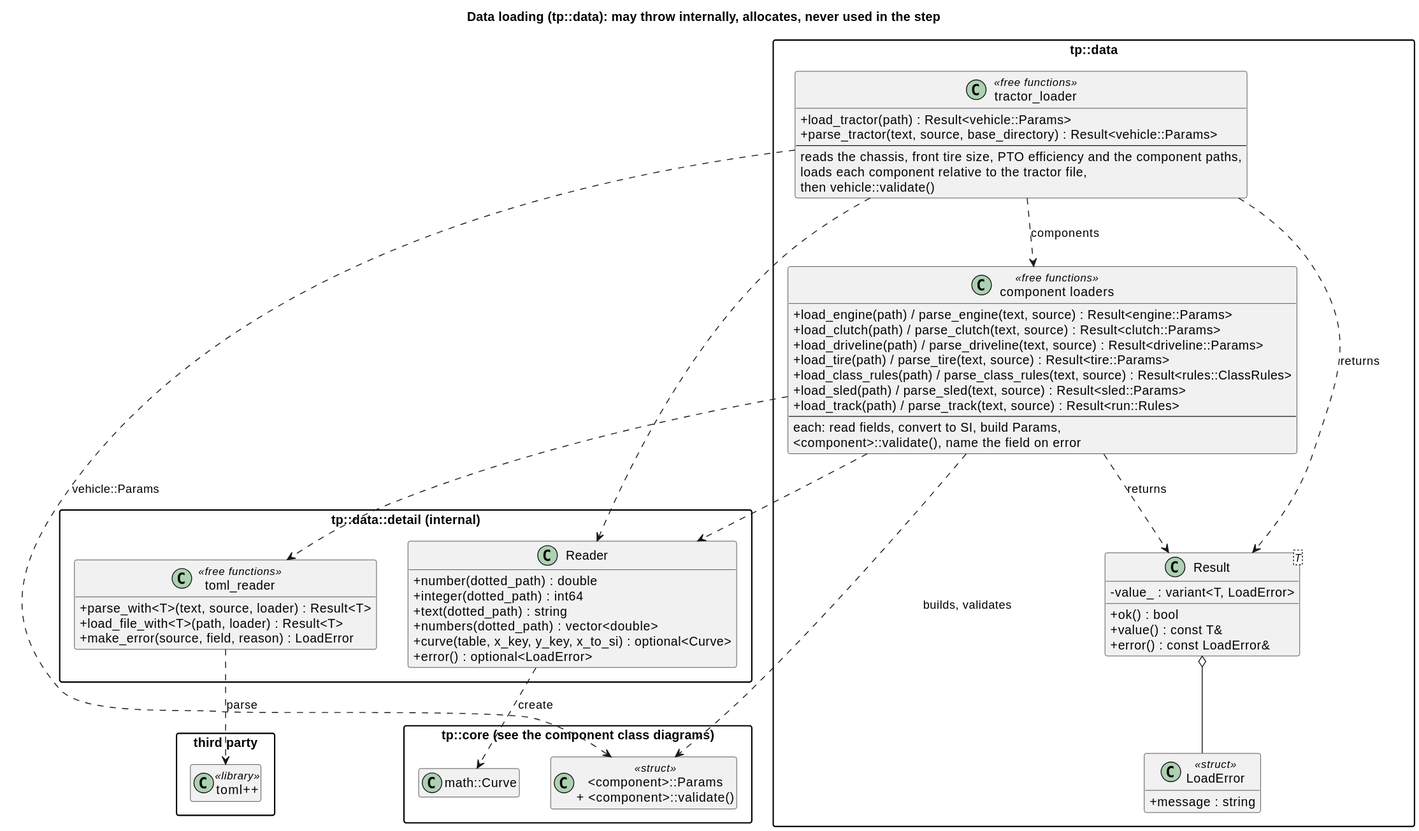
This is docs/diagrams/svg/data_io_classes.svg from wversteeg/TractorPulling, a PlantUML export, as it was before one commit.
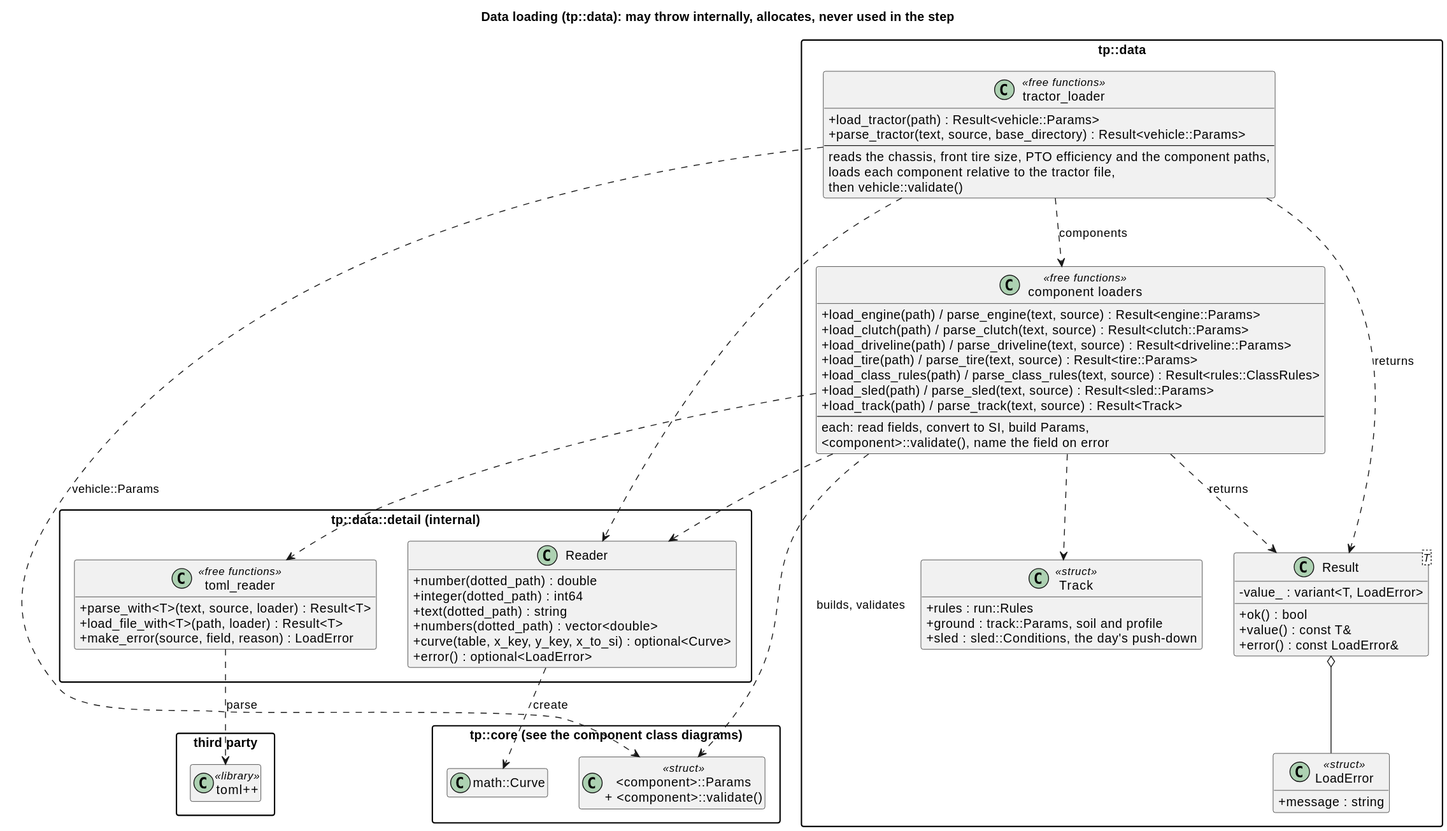
The same file after the commit.

What changed in the source:
```diff
@@ -22,10 +22,15 @@
     +load_tire(path) / parse_tire(text, source) : Result<tire::Params>
     +load_class_rules(path) / parse_class_rules(text, source) : Result<rules::ClassRules>
     +load_sled(path) / parse_sled(text, source) : Result<sled::Params>
-    +load_track(path) / parse_track(text, source) : Result<run::Rules>
+    +load_track(path) / parse_track(text, source) : Result<Track>
     --
     each: read fields, convert to SI, build Params,
     <component>::validate(), name the field on error
+  }
+  class Track <<struct>> {
+    +rules : run::Rules
+    +ground : track::Params, soil and profile
+    +sled : sled::Conditions, the day's push-down
   }
   class "tractor_loader" as TractorLoader <<free functions>> {
     +load_tractor(path) : Result<vehicle::Params>
@@ -37,6 +42,7 @@
   }
   Result o-- LoadError
   Loaders ..> Result : returns
+  Loaders ..> Track
   TractorLoader ..> Loaders : components
   TractorLoader ..> Result : returns
 }
```
